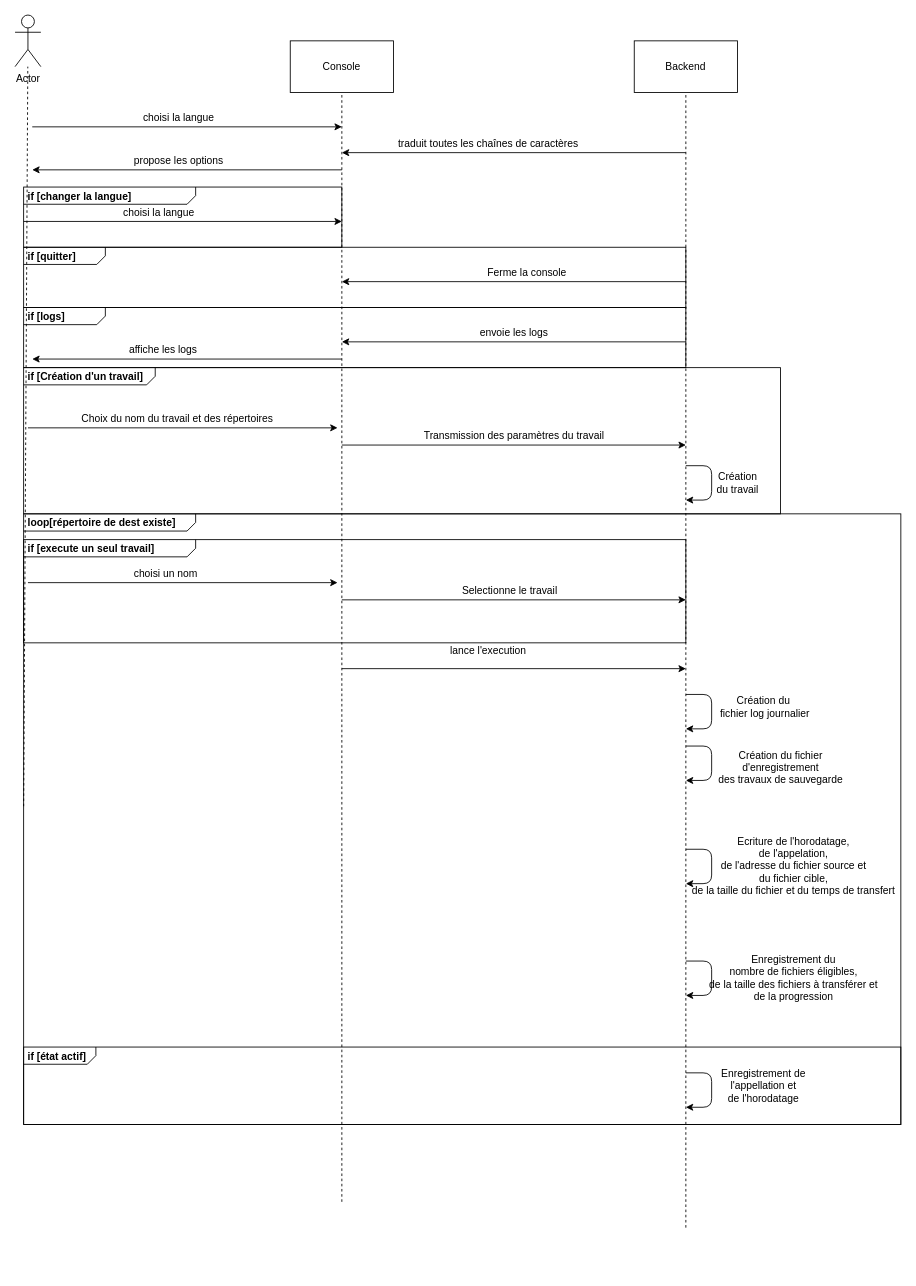
Earlier version of the draw.io diagram Diagrammes UML/Diagramme_sequence_PS.drawio (AxokGit/ProgrammationSystemeG1). Source tidied: cells renumbered, new cells numbered last; positions are measured from the earlier drawing's top-left corner, leaving out a move shared by most shapes. Both pictures are drawn from the tidied source at 86%, with x=0, y=0 at pixel (15, 15).
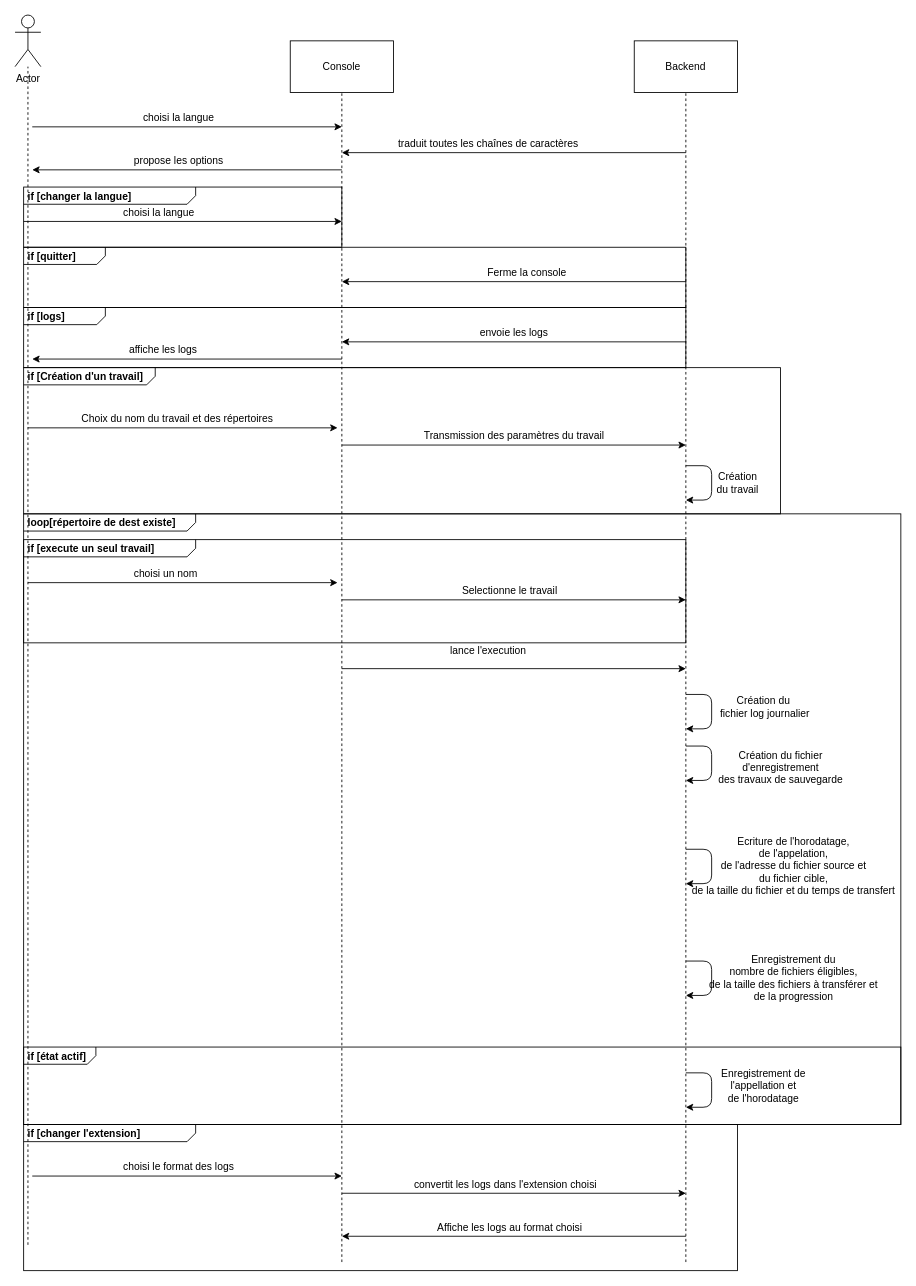
Above is the later version.

Commit message (it also covers changes not shown here):
Sequence and Activity Diagrams updated

Unchanged cells that the change refers to:
```xml
<mxCell id="2" value="Actor" style="shape=umlActor;verticalLabelPosition=bottom;verticalAlign=top;html=1;outlineConnect=0;" parent="1" vertex="1">
  <mxGeometry width="30" height="60" as="geometry" />
</mxCell>
<mxCell id="4" value="Console" style="rounded=0;whiteSpace=wrap;html=1;" parent="1" vertex="1">
  <mxGeometry x="320" y="30" width="120" height="60" as="geometry" />
</mxCell>
<mxCell id="5" value="Backend" style="rounded=0;whiteSpace=wrap;html=1;" parent="1" vertex="1">
  <mxGeometry x="720" y="30" width="120" height="60" as="geometry" />
</mxCell>
```

The edit, as a diff of the source:
```diff
@@
     <mxCell id="3" style="endArrow=none;dashed=1;html=1;" parent="1" edge="1" target="2">
       <mxGeometry relative="1" as="geometry">
-        <mxPoint x="10" y="920" as="sourcePoint" />
+        <mxPoint x="15" y="1430" as="sourcePoint" />
       </mxGeometry>
     </mxCell>
@@
     <mxCell id="6" style="endArrow=none;dashed=1;html=1;entryX=0.5;entryY=1;entryDx=0;entryDy=0;" parent="1" edge="1" target="4">
       <mxGeometry relative="1" as="geometry">
-        <mxPoint x="380" y="1380" as="sourcePoint" />
+        <mxPoint x="380" y="1450" as="sourcePoint" />
       </mxGeometry>
     </mxCell>
     <mxCell id="7" style="endArrow=none;dashed=1;html=1;entryX=0.5;entryY=1;entryDx=0;entryDy=0;" parent="1" edge="1" target="5">
       <mxGeometry relative="1" as="geometry">
-        <mxPoint x="780" y="1410" as="sourcePoint" />
+        <mxPoint x="780" y="1450" as="sourcePoint" />
       </mxGeometry>
     </mxCell>
@@
+    <mxCell id="51" value="&lt;p style=&quot;margin: 0px ; margin-top: 4px ; margin-left: 5px ; text-align: left&quot;&gt;&lt;b&gt;if [changer l'extension]&lt;/b&gt;&lt;/p&gt;" style="html=1;shape=mxgraph.sysml.package;overflow=fill;labelX=200.49;align=left;spacingLeft=5;verticalAlign=top;spacingTop=-3;hachureGap=4;fillColor=none;" parent="1" vertex="1">
+      <mxGeometry x="10" y="1290" width="830" height="170" as="geometry" />
+    </mxCell>
+    <mxCell id="52" style="endArrow=classic;html=1;" parent="1" edge="1">
+      <mxGeometry relative="1" as="geometry">
+        <mxPoint x="20" y="1350" as="sourcePoint" />
+        <mxPoint x="380" y="1350" as="targetPoint" />
+      </mxGeometry>
+    </mxCell>
+    <mxCell id="53" value="choisi le format des logs" style="text;html=1;align=center;verticalAlign=middle;" parent="1" vertex="1">
+      <mxGeometry x="120" y="1330" width="140" height="20" as="geometry" />
+    </mxCell>
+    <mxCell id="54" style="endArrow=classic;html=1;" parent="1" edge="1">
+      <mxGeometry relative="1" as="geometry">
+        <mxPoint x="380" y="1370" as="sourcePoint" />
+        <mxPoint x="780" y="1370" as="targetPoint" />
+      </mxGeometry>
+    </mxCell>
+    <mxCell id="55" value="convertit les logs dans l'extension choisi" style="text;html=1;align=center;verticalAlign=middle;" parent="1" vertex="1">
+      <mxGeometry x="455" y="1350" width="230" height="20" as="geometry" />
+    </mxCell>
+    <mxCell id="56" style="endArrow=classic;html=1;" parent="1" edge="1">
+      <mxGeometry relative="1" as="geometry">
+        <mxPoint x="780" y="1420" as="sourcePoint" />
+        <mxPoint x="380" y="1420" as="targetPoint" />
+      </mxGeometry>
+    </mxCell>
+    <mxCell id="57" value="Affiche les logs au format choisi" style="text;html=1;align=center;verticalAlign=middle;" parent="1" vertex="1">
+      <mxGeometry x="485" y="1400" width="180" height="20" as="geometry" />
+    </mxCell>
```
